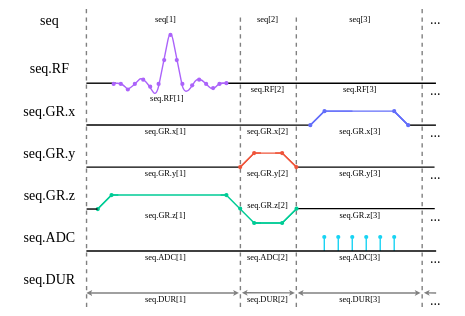
JuliaHealth/KomaMRI.jl keeps this draw.io diagram as docs/src/assets/sequence-diagram.svg. Above is the earlier version. Source tidied: cells renumbered, new cells last; positions are measured from the earlier drawing's top-left corner, leaving out a move shared by most shapes.
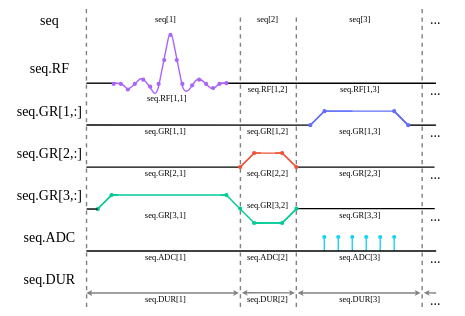
The same file after the commit.

What changed in the source:
```diff
@@ -193,7 +193,7 @@
         <mxPoint x="301.1" y="5.5" as="targetPoint" />
       </mxGeometry>
     </mxCell>
-    <mxCell id="30" value="seq.GR.x" style="text;html=1;strokeColor=none;fillColor=none;align=center;verticalAlign=middle;whiteSpace=wrap;rounded=0;fontFamily=Computer Modern;fontSize=10;" parent="1" vertex="1">
+    <mxCell id="30" value="seq.GR[1,:]" style="text;html=1;strokeColor=none;fillColor=none;align=center;verticalAlign=middle;whiteSpace=wrap;rounded=0;fontFamily=Computer Modern;fontSize=10;" parent="1" vertex="1">
       <mxGeometry x="0.2" y="69" width="70" height="20" as="geometry" />
     </mxCell>
     <mxCell id="31" value="seq.ADC" style="text;html=1;strokeColor=none;fillColor=none;align=center;verticalAlign=middle;whiteSpace=wrap;rounded=0;fontFamily=Computer Modern;fontSize=10;" parent="1" vertex="1">
@@ -211,16 +211,16 @@
     <mxCell id="35" value="seq.DUR[1]" style="text;html=1;strokeColor=none;fillColor=none;align=center;verticalAlign=middle;whiteSpace=wrap;rounded=0;fontSize=6;fontFamily=Computer Modern;" parent="1" vertex="1">
       <mxGeometry x="98.1" y="209" width="40" height="10" as="geometry" />
     </mxCell>
-    <mxCell id="36" value="seq.GR.x[1]" style="text;html=1;strokeColor=none;fillColor=none;align=center;verticalAlign=middle;whiteSpace=wrap;rounded=0;fontSize=6;fontFamily=Computer Modern;" parent="1" vertex="1">
+    <mxCell id="36" value="seq.GR[1,1]" style="text;html=1;strokeColor=none;fillColor=none;align=center;verticalAlign=middle;whiteSpace=wrap;rounded=0;fontSize=6;fontFamily=Computer Modern;" parent="1" vertex="1">
       <mxGeometry x="98.3" y="89" width="40" height="10" as="geometry" />
     </mxCell>
-    <mxCell id="37" value="seq.GR.y[1]" style="text;html=1;strokeColor=none;fillColor=none;align=center;verticalAlign=middle;whiteSpace=wrap;rounded=0;fontSize=6;fontFamily=Computer Modern;" parent="1" vertex="1">
+    <mxCell id="37" value="seq.GR[2,1]" style="text;html=1;strokeColor=none;fillColor=none;align=center;verticalAlign=middle;whiteSpace=wrap;rounded=0;fontSize=6;fontFamily=Computer Modern;" parent="1" vertex="1">
       <mxGeometry x="98.1" y="119" width="40" height="10" as="geometry" />
     </mxCell>
-    <mxCell id="38" value="seq.GR.z[1]" style="text;html=1;strokeColor=none;fillColor=none;align=center;verticalAlign=middle;whiteSpace=wrap;rounded=0;fontSize=6;fontFamily=Computer Modern;" parent="1" vertex="1">
+    <mxCell id="38" value="seq.GR[3,1]" style="text;html=1;strokeColor=none;fillColor=none;align=center;verticalAlign=middle;whiteSpace=wrap;rounded=0;fontSize=6;fontFamily=Computer Modern;" parent="1" vertex="1">
       <mxGeometry x="98.3" y="148.7" width="40" height="10" as="geometry" />
     </mxCell>
-    <mxCell id="39" value="seq.RF[1]" style="text;html=1;strokeColor=none;fillColor=none;align=center;verticalAlign=middle;whiteSpace=wrap;rounded=0;fontSize=6;fontFamily=Computer Modern;" parent="1" vertex="1">
+    <mxCell id="39" value="seq.RF[1,1]" style="text;html=1;strokeColor=none;fillColor=none;align=center;verticalAlign=middle;whiteSpace=wrap;rounded=0;fontSize=6;fontFamily=Computer Modern;" parent="1" vertex="1">
       <mxGeometry x="99.1" y="65" width="40" height="10" as="geometry" />
     </mxCell>
     <mxCell id="40" value="seq.ADC[2]" style="text;html=1;strokeColor=none;fillColor=none;align=center;verticalAlign=middle;whiteSpace=wrap;rounded=0;fontSize=6;fontFamily=Computer Modern;" parent="1" vertex="1">
@@ -229,16 +229,16 @@
     <mxCell id="41" value="seq.DUR[2]" style="text;html=1;strokeColor=none;fillColor=none;align=center;verticalAlign=middle;whiteSpace=wrap;rounded=0;fontSize=6;fontFamily=Computer Modern;" parent="1" vertex="1">
       <mxGeometry x="171.1" y="209" width="40" height="10" as="geometry" />
     </mxCell>
-    <mxCell id="42" value="seq.GR.x[2]" style="text;html=1;strokeColor=none;fillColor=none;align=center;verticalAlign=middle;whiteSpace=wrap;rounded=0;fontSize=6;fontFamily=Computer Modern;" parent="1" vertex="1">
+    <mxCell id="42" value="seq.GR[1,2]" style="text;html=1;strokeColor=none;fillColor=none;align=center;verticalAlign=middle;whiteSpace=wrap;rounded=0;fontSize=6;fontFamily=Computer Modern;" parent="1" vertex="1">
       <mxGeometry x="171.3" y="89" width="40" height="10" as="geometry" />
     </mxCell>
-    <mxCell id="43" value="seq.GR.y[2]" style="text;html=1;strokeColor=none;fillColor=none;align=center;verticalAlign=middle;whiteSpace=wrap;rounded=0;fontSize=6;fontFamily=Computer Modern;" parent="1" vertex="1">
+    <mxCell id="43" value="seq.GR[2,2]" style="text;html=1;strokeColor=none;fillColor=none;align=center;verticalAlign=middle;whiteSpace=wrap;rounded=0;fontSize=6;fontFamily=Computer Modern;" parent="1" vertex="1">
       <mxGeometry x="171.1" y="119" width="40" height="10" as="geometry" />
     </mxCell>
-    <mxCell id="44" value="seq.GR.z[2]" style="text;html=1;strokeColor=none;fillColor=none;align=center;verticalAlign=middle;whiteSpace=wrap;rounded=0;fontSize=6;fontFamily=Computer Modern;" parent="1" vertex="1">
+    <mxCell id="44" value="seq.GR[3,2]" style="text;html=1;strokeColor=none;fillColor=none;align=center;verticalAlign=middle;whiteSpace=wrap;rounded=0;fontSize=6;fontFamily=Computer Modern;" parent="1" vertex="1">
       <mxGeometry x="171.1" y="141.7" width="40" height="10" as="geometry" />
     </mxCell>
-    <mxCell id="45" value="seq.RF[2]" style="text;html=1;strokeColor=none;fillColor=none;align=center;verticalAlign=middle;whiteSpace=wrap;rounded=0;fontSize=6;fontFamily=Computer Modern;" parent="1" vertex="1">
+    <mxCell id="45" value="seq.RF[1,2]" style="text;html=1;strokeColor=none;fillColor=none;align=center;verticalAlign=middle;whiteSpace=wrap;rounded=0;fontSize=6;fontFamily=Computer Modern;" parent="1" vertex="1">
       <mxGeometry x="171.1" y="59" width="40" height="10" as="geometry" />
     </mxCell>
     <mxCell id="46" value="seq.ADC[3]" style="text;html=1;strokeColor=none;fillColor=none;align=center;verticalAlign=middle;whiteSpace=wrap;rounded=0;fontSize=6;fontFamily=Computer Modern;" parent="1" vertex="1">
@@ -247,16 +247,16 @@
     <mxCell id="47" value="seq.DUR[3]" style="text;html=1;strokeColor=none;fillColor=none;align=center;verticalAlign=middle;whiteSpace=wrap;rounded=0;fontSize=6;fontFamily=Computer Modern;" parent="1" vertex="1">
       <mxGeometry x="237.1" y="209" width="40" height="10" as="geometry" />
     </mxCell>
-    <mxCell id="48" value="seq.GR.x[3]" style="text;html=1;strokeColor=none;fillColor=none;align=center;verticalAlign=middle;whiteSpace=wrap;rounded=0;fontSize=6;fontFamily=Computer Modern;" parent="1" vertex="1">
+    <mxCell id="48" value="seq.GR[1,3]" style="text;html=1;strokeColor=none;fillColor=none;align=center;verticalAlign=middle;whiteSpace=wrap;rounded=0;fontSize=6;fontFamily=Computer Modern;" parent="1" vertex="1">
       <mxGeometry x="237.3" y="89" width="40" height="10" as="geometry" />
     </mxCell>
-    <mxCell id="49" value="seq.GR.y[3]" style="text;html=1;strokeColor=none;fillColor=none;align=center;verticalAlign=middle;whiteSpace=wrap;rounded=0;fontSize=6;fontFamily=Computer Modern;" parent="1" vertex="1">
+    <mxCell id="49" value="seq.GR[2,3]" style="text;html=1;strokeColor=none;fillColor=none;align=center;verticalAlign=middle;whiteSpace=wrap;rounded=0;fontSize=6;fontFamily=Computer Modern;" parent="1" vertex="1">
       <mxGeometry x="237.1" y="119" width="40" height="10" as="geometry" />
     </mxCell>
-    <mxCell id="50" value="seq.GR.z[3]" style="text;html=1;strokeColor=none;fillColor=none;align=center;verticalAlign=middle;whiteSpace=wrap;rounded=0;fontSize=6;fontFamily=Computer Modern;" parent="1" vertex="1">
+    <mxCell id="50" value="seq.GR[3,3]" style="text;html=1;strokeColor=none;fillColor=none;align=center;verticalAlign=middle;whiteSpace=wrap;rounded=0;fontSize=6;fontFamily=Computer Modern;" parent="1" vertex="1">
       <mxGeometry x="237.3" y="148.7" width="40" height="10" as="geometry" />
     </mxCell>
-    <mxCell id="51" value="seq.RF[3]" style="text;html=1;strokeColor=none;fillColor=none;align=center;verticalAlign=middle;whiteSpace=wrap;rounded=0;fontSize=6;fontFamily=Computer Modern;" parent="1" vertex="1">
+    <mxCell id="51" value="seq.RF[1,3]" style="text;html=1;strokeColor=none;fillColor=none;align=center;verticalAlign=middle;whiteSpace=wrap;rounded=0;fontSize=6;fontFamily=Computer Modern;" parent="1" vertex="1">
       <mxGeometry x="237.1" y="59" width="40" height="10" as="geometry" />
     </mxCell>
     <mxCell id="52" style="endArrow=classic;startArrow=classic;html=1;rounded=0;fontSize=6;startSize=1;endSize=1;strokeColor=#808080;" parent="1" edge="1">
@@ -398,10 +398,10 @@
     <mxCell id="86" style="shape=ellipse;fillColor=#AB63FA;strokeColor=none;html=1;sketch=0;strokeWidth=1;fontSize=1;" parent="1" vertex="1">
       <mxGeometry x="94.1" y="58" width="3" height="3" as="geometry" />
     </mxCell>
-    <mxCell id="87" value="seq.GR.y" style="text;html=1;strokeColor=none;fillColor=none;align=center;verticalAlign=middle;whiteSpace=wrap;rounded=0;fontFamily=Computer Modern;fontSize=10;" parent="1" vertex="1">
+    <mxCell id="87" value="seq.GR[2,:]" style="text;html=1;strokeColor=none;fillColor=none;align=center;verticalAlign=middle;whiteSpace=wrap;rounded=0;fontFamily=Computer Modern;fontSize=10;" parent="1" vertex="1">
       <mxGeometry x="0.2" y="99" width="70" height="20" as="geometry" />
     </mxCell>
-    <mxCell id="88" value="seq.GR.z" style="text;html=1;strokeColor=none;fillColor=none;align=center;verticalAlign=middle;whiteSpace=wrap;rounded=0;fontFamily=Computer Modern;fontSize=10;" parent="1" vertex="1">
+    <mxCell id="88" value="seq.GR[3,:]" style="text;html=1;strokeColor=none;fillColor=none;align=center;verticalAlign=middle;whiteSpace=wrap;rounded=0;fontFamily=Computer Modern;fontSize=10;" parent="1" vertex="1">
       <mxGeometry x="0.2" y="128.7" width="70" height="20" as="geometry" />
     </mxCell>
     <mxCell id="89" style="endArrow=oval;html=1;rounded=0;fontSize=1;startSize=1;endSize=2;endFill=1;strokeColor=#636EFA;" parent="1" edge="1">
```
